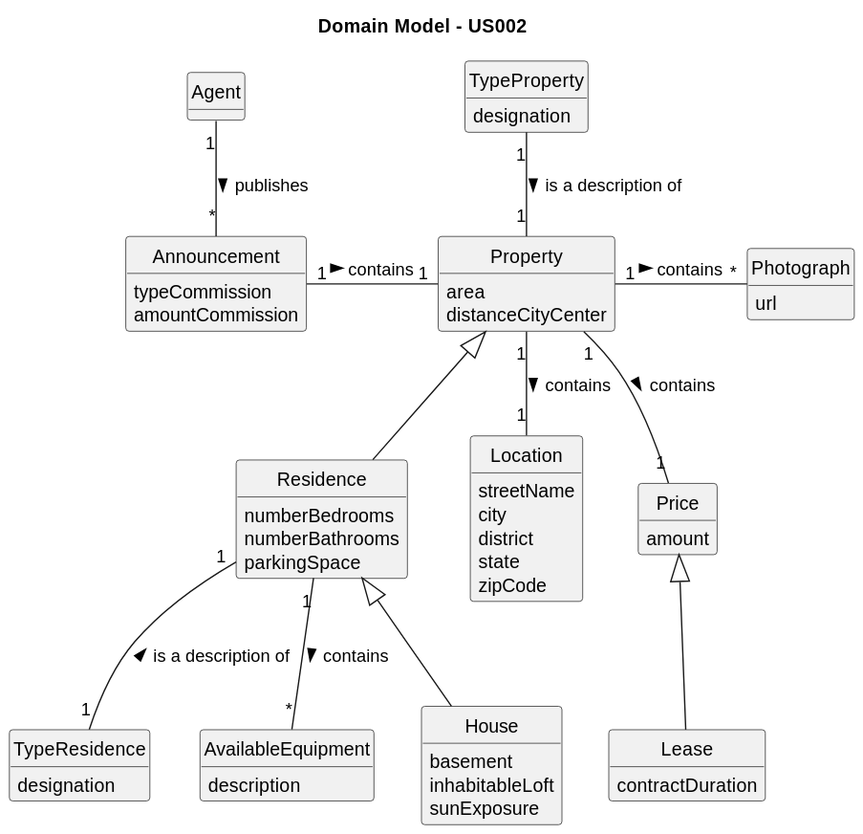
The PlantUML diagram docs/sprintB/us002/02.analysis/svg/us002-domain-model.svg in rita-barbosa/LAPR2-2223, before a commit. Its diagram source:
```plantuml
@startuml
skinparam monochrome true
skinparam packageStyle rectangle
skinparam shadowing false


skinparam classAttributeIconSize 0

hide circle
hide methods

title Domain Model - US002


class Announcement {
 typeCommission
 amountCommission
}
class Property{
 area
 distanceCityCenter
}

class Residence{
 numberBedrooms
 numberBathrooms
 parkingSpace
}
class House{
 basement
 inhabitableLoft
 sunExposure
}
class TypeProperty{
designation
}
class TypeResidence{
designation
}
class Photograph{
url
}
class Location{
streetName
city
district
state
zipCode
}
class Price{
amount
}
class Lease{
contractDuration
}
class Agent {
}
class AvailableEquipment{
description
}


Agent "1" -- "*" Announcement: publishes >
Announcement "1" - "1" Property: contains >
TypeProperty "1" -- "1" Property: is a description of >
Residence -up-|> Property
TypeResidence "1" -up- "1" Residence: is a description of >
House -up-|> Residence
Property "1" - "*" Photograph: contains >
Property "1"--"1" Location: contains >
Property "1" -- "1" Price: contains >
Price <|-- Lease
Residence "1" -- "*"AvailableEquipment: contains >
@enduml
```
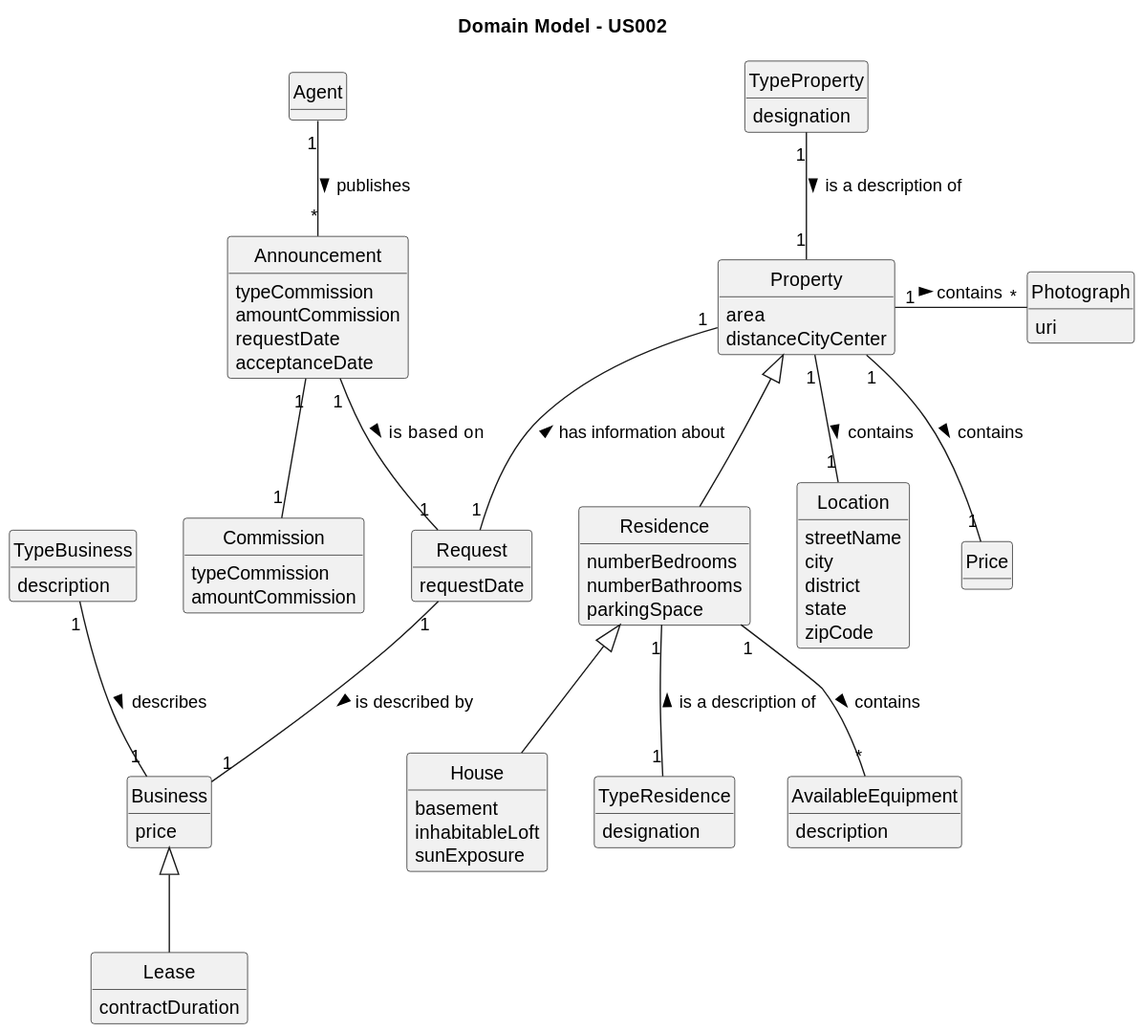
The same diagram one commit later.

Commit message:
Update of domain model [US002][Analysis]

Diff of the diagram source:
```diff
@@ -16,6 +16,15 @@
  typeCommission
  amountCommission
 }
+ class Announcement {
+requestDate
+acceptanceDate
+ }
+class Commission {
+typeCommission
+amountCommission
+}
+
 class Property{
  area
  distanceCityCenter
@@ -38,7 +47,7 @@
 designation
 }
 class Photograph{
-url
+uri
 }
 class Location{
 streetName
@@ -47,8 +56,8 @@
 state
 zipCode
 }
-class Price{
-amount
+class Business{
+price
 }
 class Lease{
 contractDuration
@@ -58,10 +67,14 @@
 class AvailableEquipment{
 description
 }
-
+class Request{
+requestDate
+}
+class TypeBusiness{
+description
+}
 
 Agent "1" -- "*" Announcement: publishes >
-Announcement "1" - "1" Property: contains >
 TypeProperty "1" -- "1" Property: is a description of >
 Residence -up-|> Property
 TypeResidence "1" -up- "1" Residence: is a description of >
@@ -69,6 +82,11 @@
 Property "1" - "*" Photograph: contains >
 Property "1"--"1" Location: contains >
 Property "1" -- "1" Price: contains >
-Price <|-- Lease
+Business <|-- Lease
 Residence "1" -- "*"AvailableEquipment: contains >
+Announcement "1" -- "1" Commission
+Property "1" -- "1" Request : < has information about
+Request "1" -- "1" Business: is described by >
+TypeBusiness "1" -- "1" Business : describes >
+Announcement "1" -- "1" Request : is  based on >
 @enduml
```
